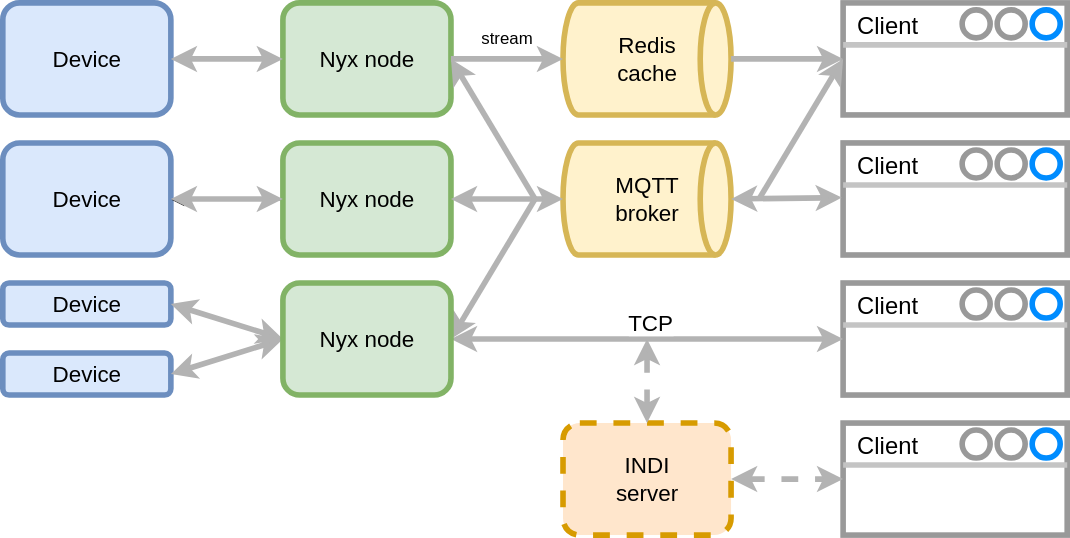
Earlier version of the draw.io export docs/img/nyx.svg (nyxlib/nyx-node). Source tidied: cells renumbered, new cells last; positions are measured from the earlier drawing's top-left corner, leaving out a move shared by most shapes.
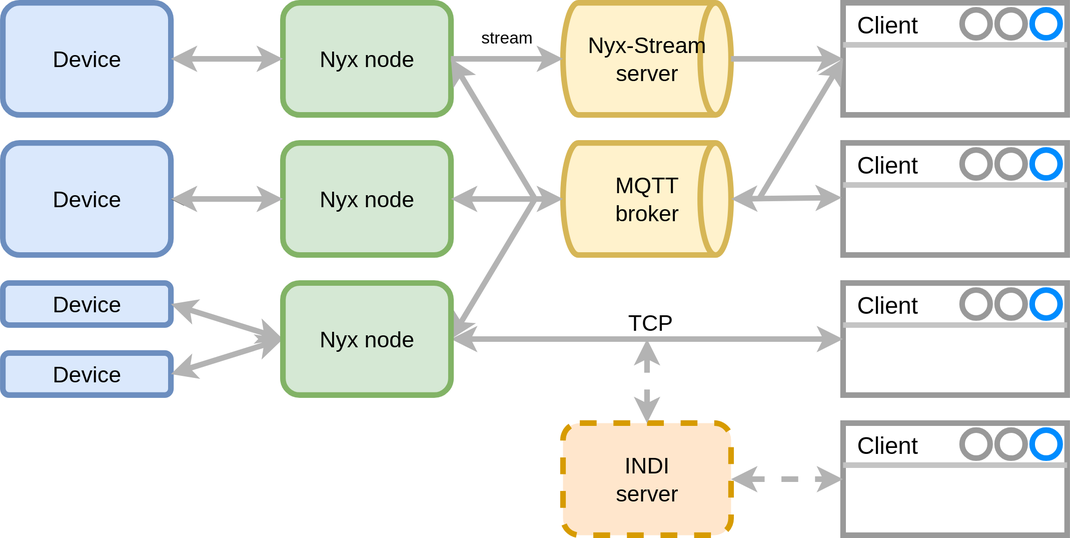
The same diagram one commit later.

The edit, as a diff of the source:
```diff
@@ -93,7 +93,7 @@
         <mxPoint x="600" y="340" as="targetPoint" />
       </mxGeometry>
     </mxCell>
-    <mxCell id="28" value="&lt;div&gt;&lt;font style=&quot;font-size: 16px;&quot;&gt;Redis&lt;/font&gt;&lt;/div&gt;&lt;div&gt;&lt;font style=&quot;font-size: 16px;&quot;&gt;cache&lt;/font&gt;&lt;/div&gt;" style="strokeWidth=4;html=1;shape=mxgraph.flowchart.direct_data;whiteSpace=wrap;fillColor=#fff2cc;strokeColor=#d6b656;" parent="1" vertex="1">
+    <mxCell id="28" value="&lt;div&gt;&lt;font style=&quot;font-size: 16px;&quot;&gt;Nyx-Stream&lt;/font&gt;&lt;/div&gt;&lt;div&gt;&lt;font style=&quot;font-size: 16px;&quot;&gt;server&lt;/font&gt;&lt;/div&gt;" style="strokeWidth=4;html=1;shape=mxgraph.flowchart.direct_data;whiteSpace=wrap;fillColor=#fff2cc;strokeColor=#d6b656;" parent="1" vertex="1">
       <mxGeometry x="400" width="120" height="80" as="geometry" />
     </mxCell>
     <mxCell id="29" style="endArrow=classic;html=1;rounded=0;exitX=1;exitY=0.5;exitDx=0;exitDy=0;entryX=0;entryY=0.5;entryDx=0;entryDy=0;entryPerimeter=0;strokeWidth=4;strokeColor=#B3B3B3;" parent="1" edge="1" source="5" target="28">
```
